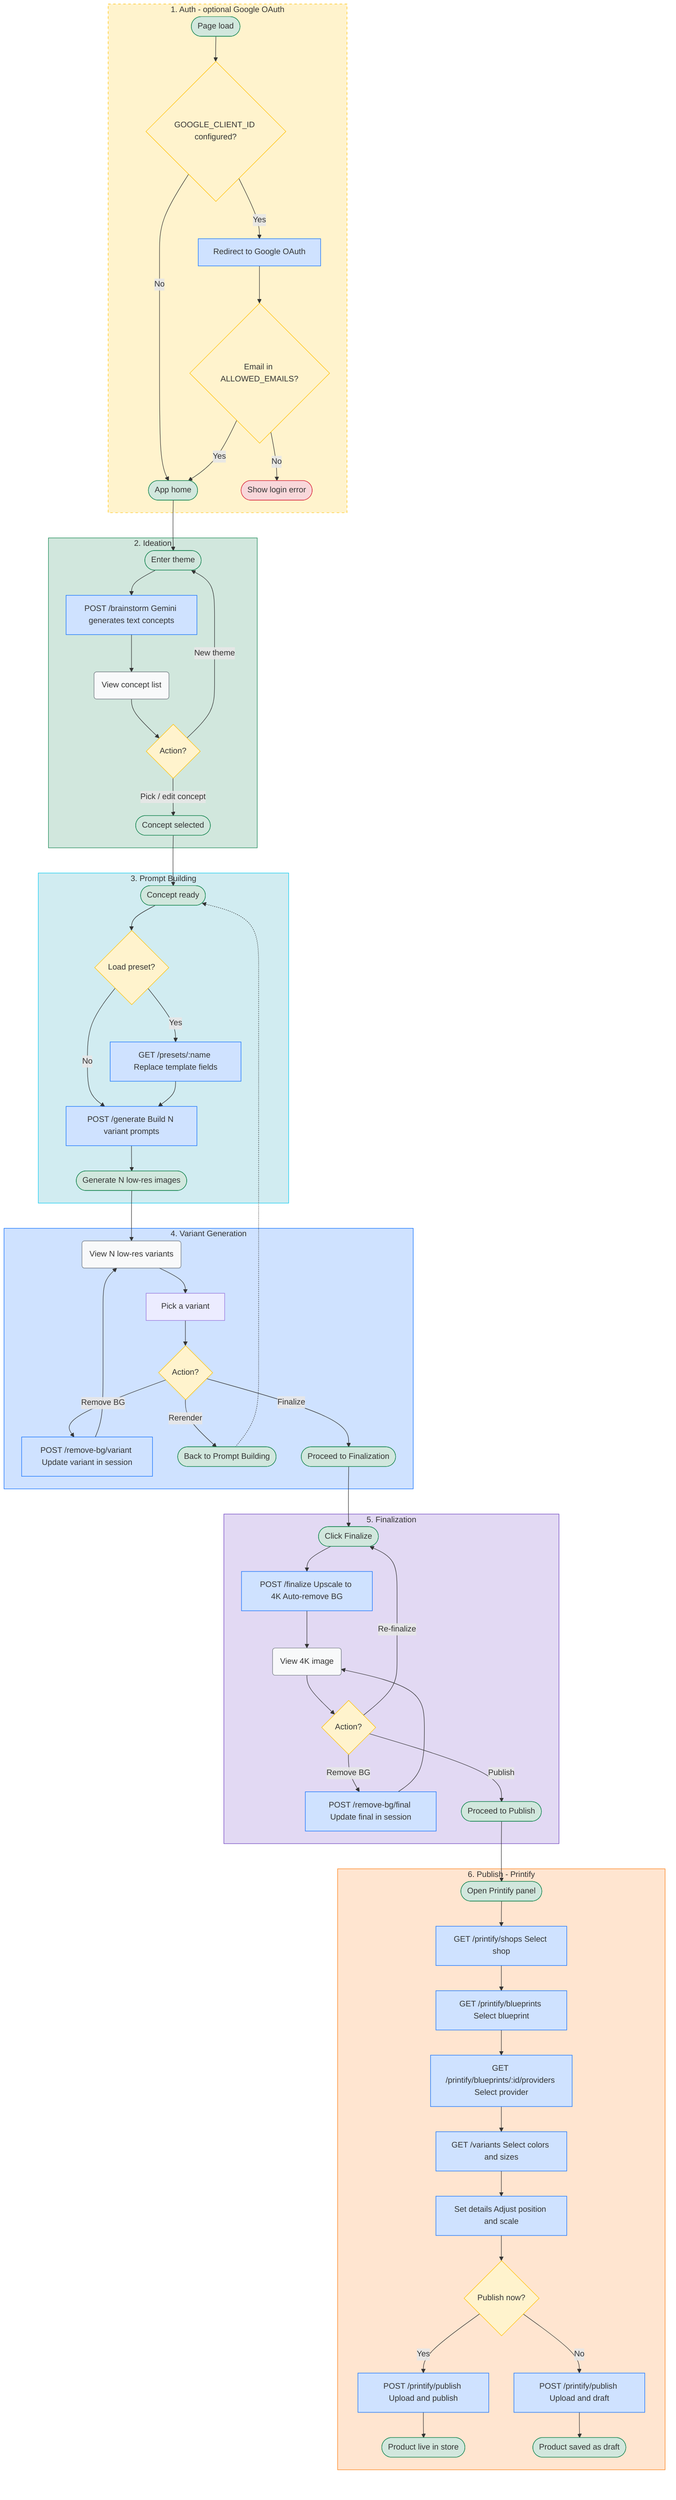
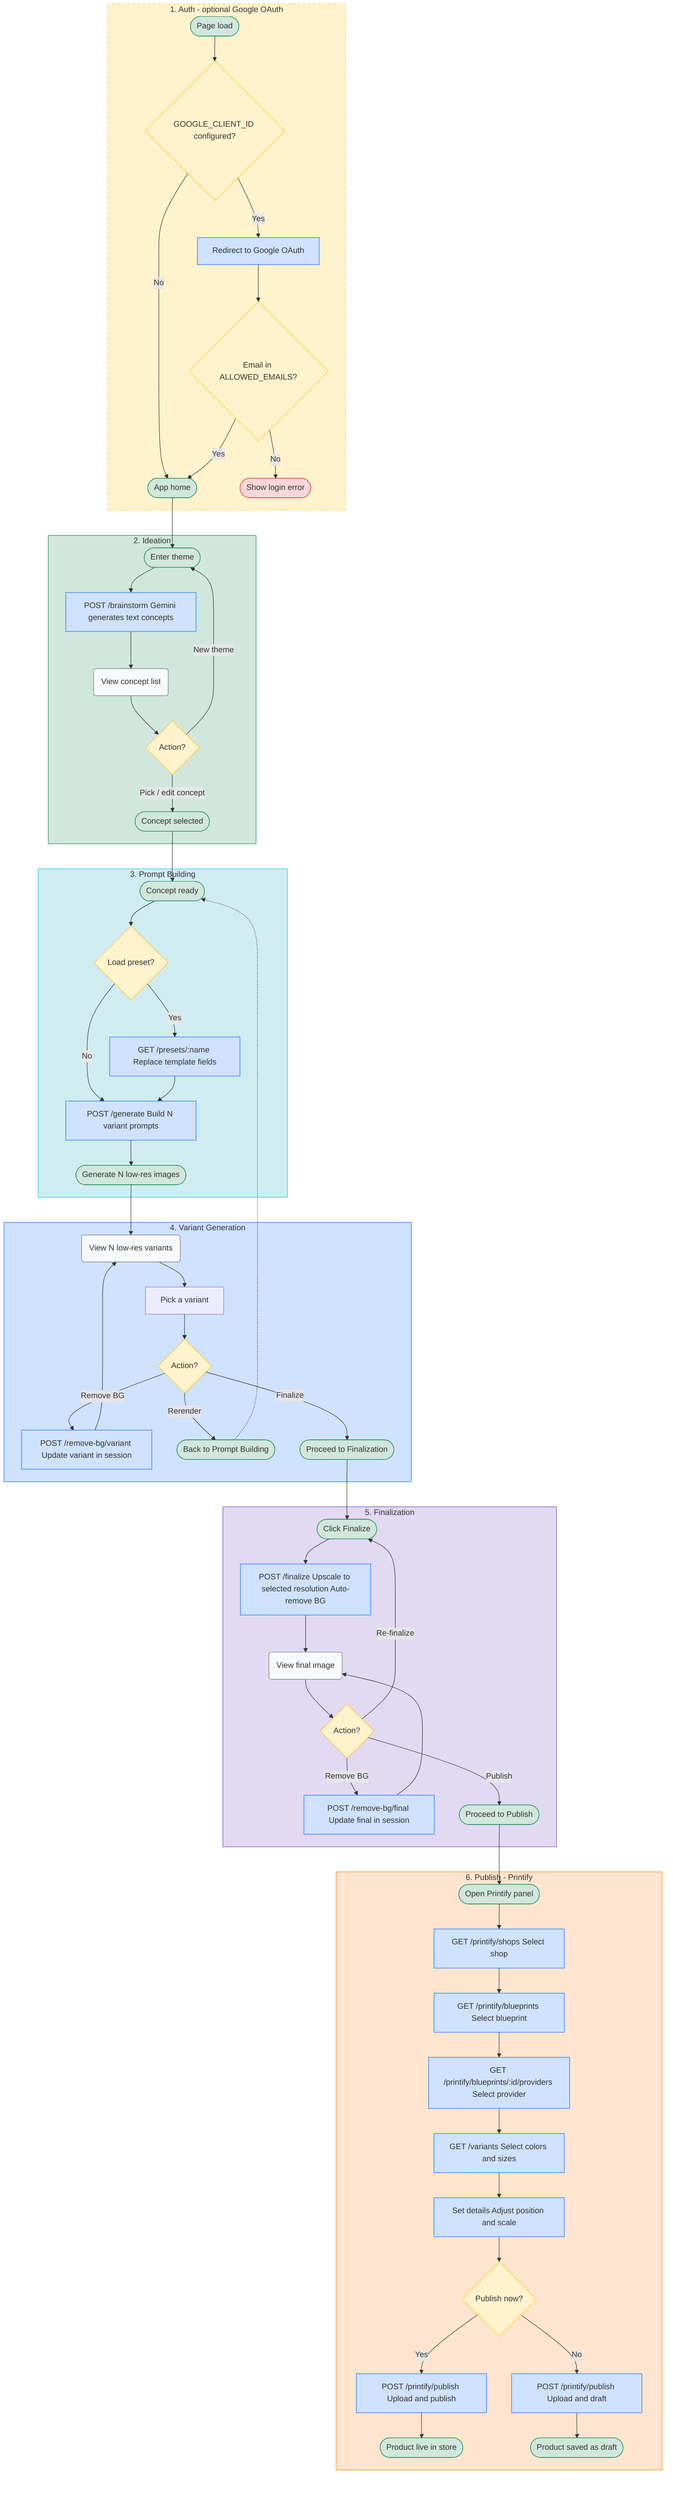
graph TD
    %% 1. Auth
    subgraph Auth [1. Auth - optional Google OAuth]
        PageLoad([Page load]) --> AuthEnabled{GOOGLE_CLIENT_ID configured?}
        AuthEnabled -- No --> AppHome([App home])
        AuthEnabled -- Yes --> OAuthRedirect[Redirect to Google OAuth]
        OAuthRedirect --> AllowlistCheck{Email in ALLOWED_EMAILS?}
        AllowlistCheck -- No --> LoginError([Show login error])
        AllowlistCheck -- Yes --> AppHome
    end

    %% 2. Ideation
    subgraph Ideation [2. Ideation]
        EnterTheme([Enter theme]) --> Brainstorm[POST /brainstorm Gemini generates text concepts]
        Brainstorm --> ViewConcepts(View concept list)
        ViewConcepts --> IdeationChoice{Action?}
        IdeationChoice -- "Pick / edit concept" --> ConceptSelected([Concept selected])
        IdeationChoice -- "New theme" --> EnterTheme
    end

    %% 3. Prompt Building
    subgraph PromptBuild [3. Prompt Building]
        ConceptIn([Concept ready]) --> LoadPreset{Load preset?}
        LoadPreset -- Yes --> ApplyPreset[GET /presets/:name Replace template fields]
        LoadPreset -- No --> BuildPrompts
        ApplyPreset --> BuildPrompts[POST /generate Build N variant prompts]
        BuildPrompts --> GenImages([Generate N low-res images])
    end

    %% 4. Variant Generation
    subgraph VariantGen [4. Variant Generation]
        ViewVariants(View N low-res variants) --> PickVariant[Pick a variant]
        PickVariant --> VariantChoice{Action?}
        VariantChoice -- "Remove BG" --> RemoveBGVariant[POST /remove-bg/variant Update variant in session]
        RemoveBGVariant --> ViewVariants
        VariantChoice -- "Rerender" --> RerenderVariants([Back to Prompt Building])
        VariantChoice -- "Finalize" --> ReadyToFinalize([Proceed to Finalization])
    end

    %% 5. Finalization
    subgraph Finalization [5. Finalization]
-         ClickFinalize([Click Finalize]) --> Gen4K[POST /finalize Upscale to 4K Auto-remove BG]
-         Gen4K --> View4K(View 4K image)
-         View4K --> FinalChoice{Action?}
+         ClickFinalize([Click Finalize]) --> Gen4K[POST /finalize Upscale to selected resolution Auto-remove BG]
+         Gen4K --> ViewFinal(View final image)
+         ViewFinal --> FinalChoice{Action?}
        FinalChoice -- "Remove BG" --> RemoveBGFinal[POST /remove-bg/final Update final in session]
-         RemoveBGFinal --> View4K
+         RemoveBGFinal --> ViewFinal
        FinalChoice -- "Re-finalize" --> ClickFinalize
        FinalChoice -- "Publish" --> ReadyToPublish([Proceed to Publish])
    end

    %% 6. Publish
    subgraph Publish [6. Publish - Printify]
        OpenPrintify([Open Printify panel]) --> SelectShop[GET /printify/shops Select shop]
        SelectShop --> SelectBlueprint[GET /printify/blueprints Select blueprint]
        SelectBlueprint --> SelectProvider[GET /printify/blueprints/:id/providers Select provider]
        SelectProvider --> SelectVariants[GET /variants Select colors and sizes]
        SelectVariants --> SetDetails[Set details Adjust position and scale]
        SetDetails --> PublishChoice{Publish now?}
        PublishChoice -- Yes --> PublishNow[POST /printify/publish Upload and publish]
        PublishChoice -- No --> SaveDraft[POST /printify/publish Upload and draft]
        PublishNow --> Done([Product live in store])
        SaveDraft --> Done2([Product saved as draft])
    end

    %% Phase transitions
    AppHome --> EnterTheme
    ConceptSelected --> ConceptIn
    GenImages --> ViewVariants
    RerenderVariants -.-> ConceptIn
    ReadyToFinalize --> ClickFinalize
    ReadyToPublish --> OpenPrintify

    %% Subgraph styling
    style Auth fill:#fff3cd,stroke:#ffc107,stroke-dasharray: 5 5
    style Ideation fill:#d1e7dd,stroke:#198754
    style PromptBuild fill:#d1ecf1,stroke:#0dcaf0
    style VariantGen fill:#cfe2ff,stroke:#0d6efd
    style Finalization fill:#e2d9f3,stroke:#6f42c1
    style Publish fill:#ffe5d0,stroke:#fd7e14

    %% Decision nodes - amber
    style AuthEnabled fill:#fff3cd,stroke:#ffc107
    style AllowlistCheck fill:#fff3cd,stroke:#ffc107
    style IdeationChoice fill:#fff3cd,stroke:#ffc107
    style LoadPreset fill:#fff3cd,stroke:#ffc107
    style VariantChoice fill:#fff3cd,stroke:#ffc107
    style FinalChoice fill:#fff3cd,stroke:#ffc107
    style PublishChoice fill:#fff3cd,stroke:#ffc107

    %% API call nodes - blue
    style OAuthRedirect fill:#cfe2ff,stroke:#0d6efd
    style Brainstorm fill:#cfe2ff,stroke:#0d6efd
    style ApplyPreset fill:#cfe2ff,stroke:#0d6efd
    style BuildPrompts fill:#cfe2ff,stroke:#0d6efd
    style RemoveBGVariant fill:#cfe2ff,stroke:#0d6efd
    style Gen4K fill:#cfe2ff,stroke:#0d6efd
    style RemoveBGFinal fill:#cfe2ff,stroke:#0d6efd
    style SelectShop fill:#cfe2ff,stroke:#0d6efd
    style SelectBlueprint fill:#cfe2ff,stroke:#0d6efd
    style SelectProvider fill:#cfe2ff,stroke:#0d6efd
    style SelectVariants fill:#cfe2ff,stroke:#0d6efd
    style SetDetails fill:#cfe2ff,stroke:#0d6efd
    style PublishNow fill:#cfe2ff,stroke:#0d6efd
    style SaveDraft fill:#cfe2ff,stroke:#0d6efd

    %% View/state nodes - gray
    style ViewConcepts fill:#f8f9fa,stroke:#6c757d
    style ViewVariants fill:#f8f9fa,stroke:#6c757d
-     style View4K fill:#f8f9fa,stroke:#6c757d
+     style ViewFinal fill:#f8f9fa,stroke:#6c757d

    %% Terminal nodes - green
    style PageLoad fill:#d1e7dd,stroke:#198754
    style AppHome fill:#d1e7dd,stroke:#198754
    style EnterTheme fill:#d1e7dd,stroke:#198754
    style ConceptSelected fill:#d1e7dd,stroke:#198754
    style ConceptIn fill:#d1e7dd,stroke:#198754
    style GenImages fill:#d1e7dd,stroke:#198754
    style RerenderVariants fill:#d1e7dd,stroke:#198754
    style ReadyToFinalize fill:#d1e7dd,stroke:#198754
    style ClickFinalize fill:#d1e7dd,stroke:#198754
    style ReadyToPublish fill:#d1e7dd,stroke:#198754
    style OpenPrintify fill:#d1e7dd,stroke:#198754
    style Done fill:#d1e7dd,stroke:#198754
    style Done2 fill:#d1e7dd,stroke:#198754

    %% Error nodes - red
    style LoginError fill:#f8d7da,stroke:#dc3545
